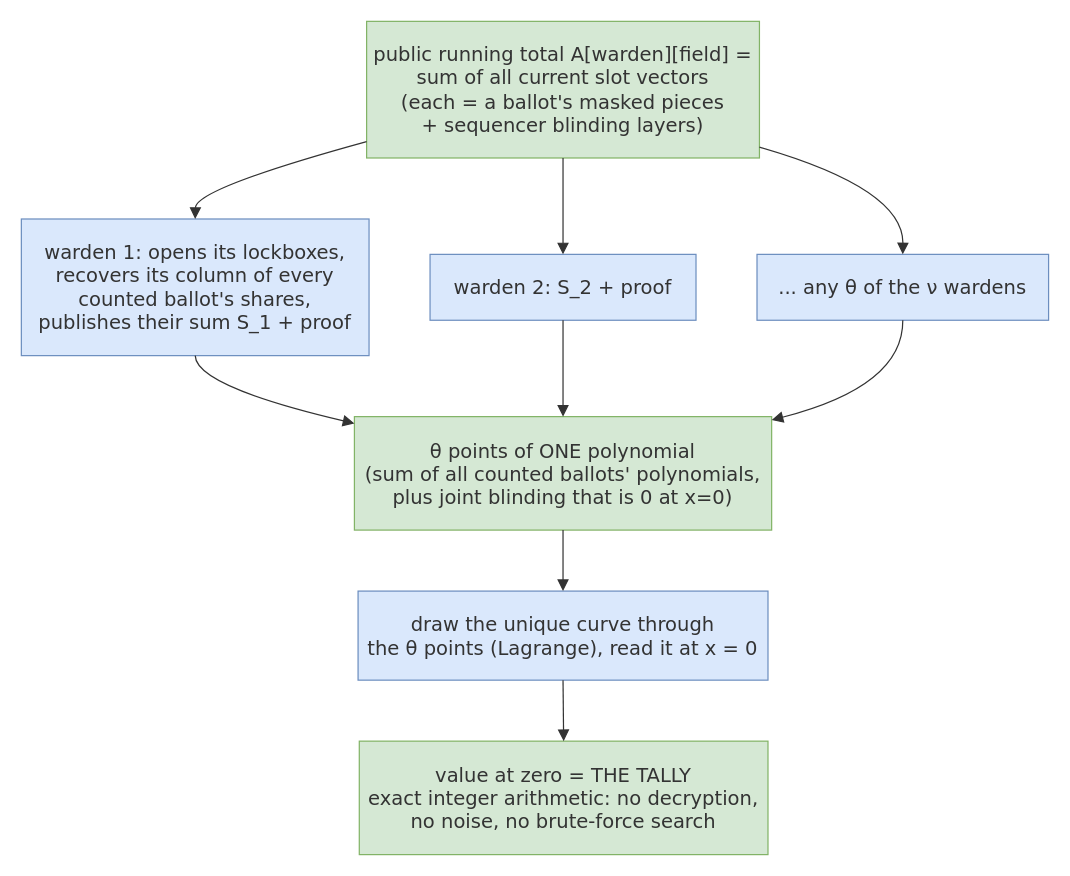
The draw.io diagram v3-pq/figures/src/tally-algebra.drawio in vocdoni/davinci-paper, before the edit. Source tidied: cells renumbered, new cells numbered last; positions are measured from the earlier drawing's top-left corner, leaving out a move shared by most shapes. Both pictures are drawn from the tidied source at 122%, with x=0, y=0 at pixel (21, 21).
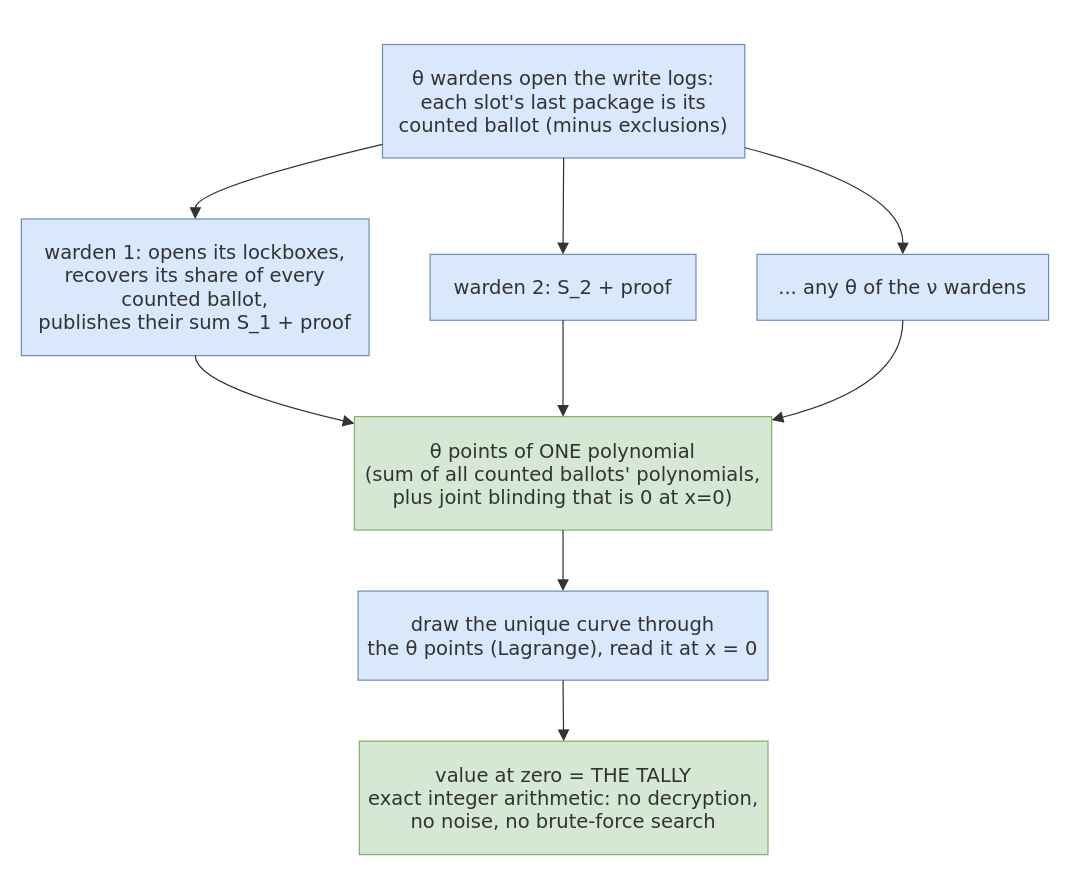
The same page after the edit.

The change refers to these unchanged cells:
```xml
<mxCell id="5" value="... any θ of the ν wardens" style="html=1;whiteSpace=wrap;strokeWidth=1;fillColor=#dae8fc;strokeColor=#6c8ebf;fontColor=light-dark(#333333,#cccccc);fontFamily=Trebuchet MS,Verdana,Arial,sans-serif;fontSize=16;" parent="1" vertex="1">
  <mxGeometry x="603" y="191" width="239" height="54" as="geometry" />
</mxCell>
```

The edit, as a diff of the source:
```diff
@@
-    <mxCell id="2" value="public running total A[warden][field] =&#10;sum of all current slot vectors&#10;(each = a ballot's masked pieces&#10;+ sequencer blinding layers)" style="html=1;whiteSpace=wrap;strokeWidth=1;fillColor=#d5e8d4;strokeColor=#82b366;fontColor=light-dark(#333333,#cccccc);fontFamily=Trebuchet MS,Verdana,Arial,sans-serif;fontSize=16;" parent="1" vertex="1">
-      <mxGeometry x="283" width="322" height="112" as="geometry" />
+    <mxCell id="2" value="θ wardens open the write logs:&#10;each slot's last package is its&#10;counted ballot (minus exclusions)" style="html=1;whiteSpace=wrap;strokeWidth=1;fillColor=#dae8fc;strokeColor=#6c8ebf;fontColor=light-dark(#333333,#cccccc);fontFamily=Trebuchet MS,Verdana,Arial,sans-serif;fontSize=16;" parent="1" vertex="1">
+      <mxGeometry x="296" y="19" width="297" height="93" as="geometry" />
     </mxCell>
-    <mxCell id="3" value="warden 1: opens its lockboxes,&#10;recovers its column of every&#10;counted ballot's shares,&#10;publishes their sum S_1 + proof" style="html=1;whiteSpace=wrap;strokeWidth=1;fillColor=#dae8fc;strokeColor=#6c8ebf;fontColor=light-dark(#333333,#cccccc);fontFamily=Trebuchet MS,Verdana,Arial,sans-serif;fontSize=16;" parent="1" vertex="1">
+    <mxCell id="3" value="warden 1: opens its lockboxes,&#10;recovers its share of every&#10;counted ballot,&#10;publishes their sum S_1 + proof" style="html=1;whiteSpace=wrap;strokeWidth=1;fillColor=#dae8fc;strokeColor=#6c8ebf;fontColor=light-dark(#333333,#cccccc);fontFamily=Trebuchet MS,Verdana,Arial,sans-serif;fontSize=16;" parent="1" vertex="1">
       <mxGeometry y="162" width="285" height="112" as="geometry" />
     </mxCell>
@@
-    <mxCell id="11" style="curved=1;startArrow=none;endArrow=block;endSize=7;strokeColor=light-dark(#333333,#cccccc);exitX=1;exitY=0.92;entryX=0.5;entryY=0;" parent="1" edge="1" source="2" target="5">
+    <mxCell id="11" style="curved=1;startArrow=none;endArrow=block;endSize=7;strokeColor=light-dark(#333333,#cccccc);exitX=1;exitY=0.91;entryX=0.5;entryY=0;" parent="1" edge="1" source="2" target="5">
       <mxGeometry relative="1" as="geometry">
         <Array as="points">
           <mxPoint x="723" y="137" />
         </Array>
       </mxGeometry>
     </mxCell>
```
